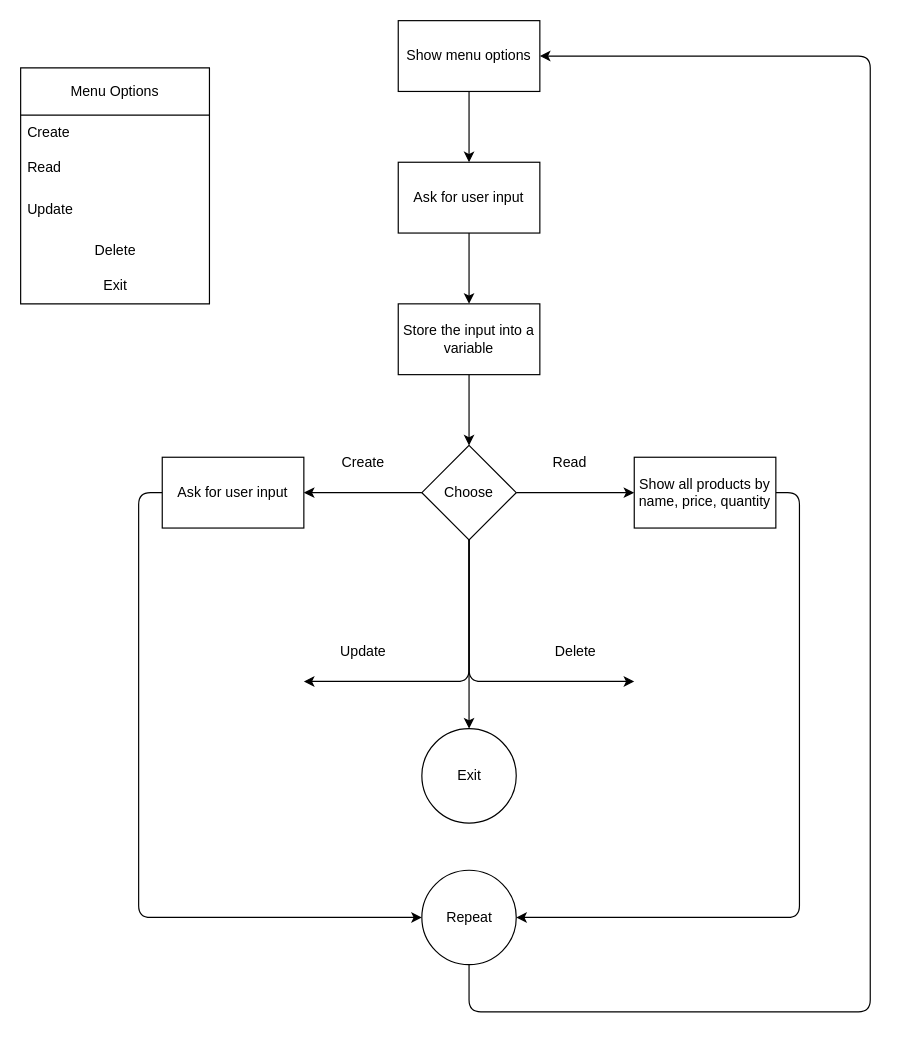
Earlier version of the draw.io diagram Labs/Lab 1/FLowchart.drawio (neon1024/Business-Processes-Automation). Source tidied: cells renumbered, new cells numbered last; positions are measured from the earlier drawing's top-left corner, leaving out a move shared by most shapes. Both pictures are drawn from the tidied source at 118%, with x=0, y=0 at pixel (20, 20).
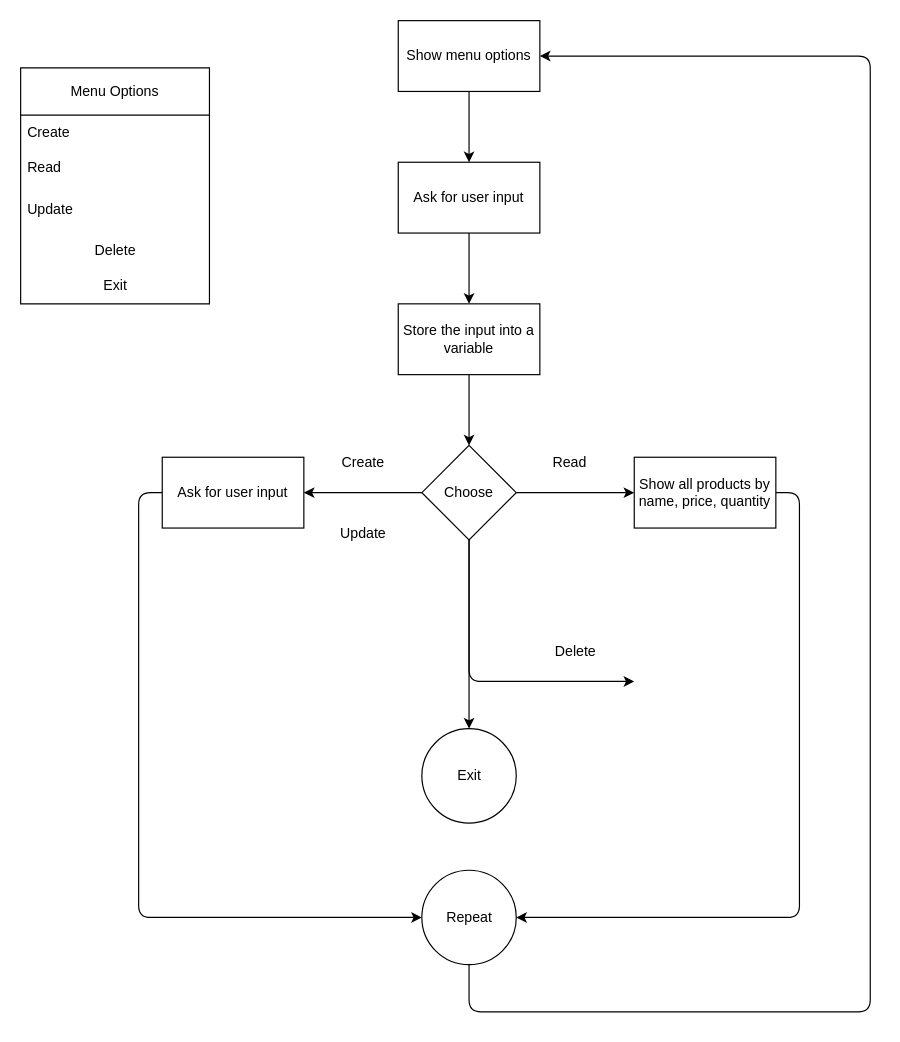
The same diagram, later.

The change refers to these unchanged cells:
```xml
<mxCell id="19" value="Choose" style="rhombus;whiteSpace=wrap;html=1;" parent="1" vertex="1">
  <mxGeometry x="340" y="360" width="80" height="80" as="geometry" />
</mxCell>
```

Diff of the diagram source:
```diff
@@
-    <mxCell id="16" style="edgeStyle=orthogonalEdgeStyle;jettySize=auto;html=1;exitX=0.5;exitY=1;exitDx=0;exitDy=0;" parent="1" edge="1" source="19">
-      <mxGeometry relative="1" as="geometry">
-        <mxPoint x="240" y="560" as="targetPoint" />
-        <Array as="points">
-          <mxPoint x="380" y="560" />
-        </Array>
-      </mxGeometry>
-    </mxCell>
@@
     <mxCell id="26" value="Update" style="text;html=1;align=center;verticalAlign=middle;strokeColor=none;fillColor=none;" parent="1" vertex="1">
-      <mxGeometry x="260" y="520" width="60" height="30" as="geometry" />
+      <mxGeometry x="260" y="420" width="60" height="30" as="geometry" />
     </mxCell>
```
